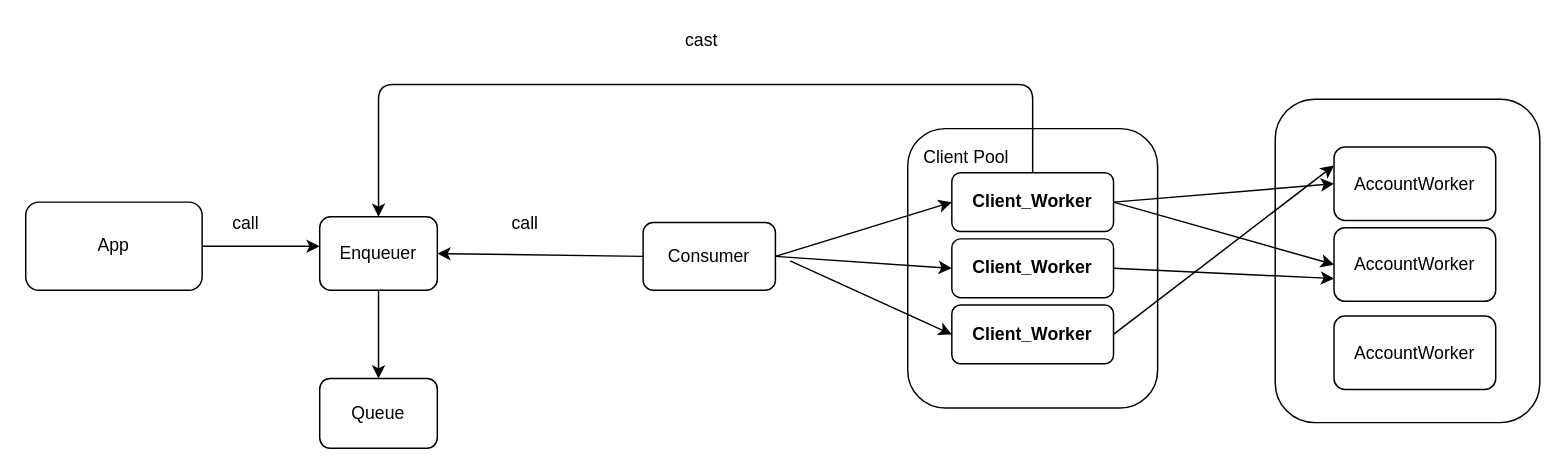
sanzor/Banking-Application keeps this draw.io diagram as system.drawio. Above is the earlier version. Source tidied: cells renumbered, new cells numbered last; positions are measured from the earlier drawing's top-left corner, leaving out a move shared by most shapes. Both pictures are drawn from the tidied source at 147%, with x=0, y=0 at pixel (25, 25).
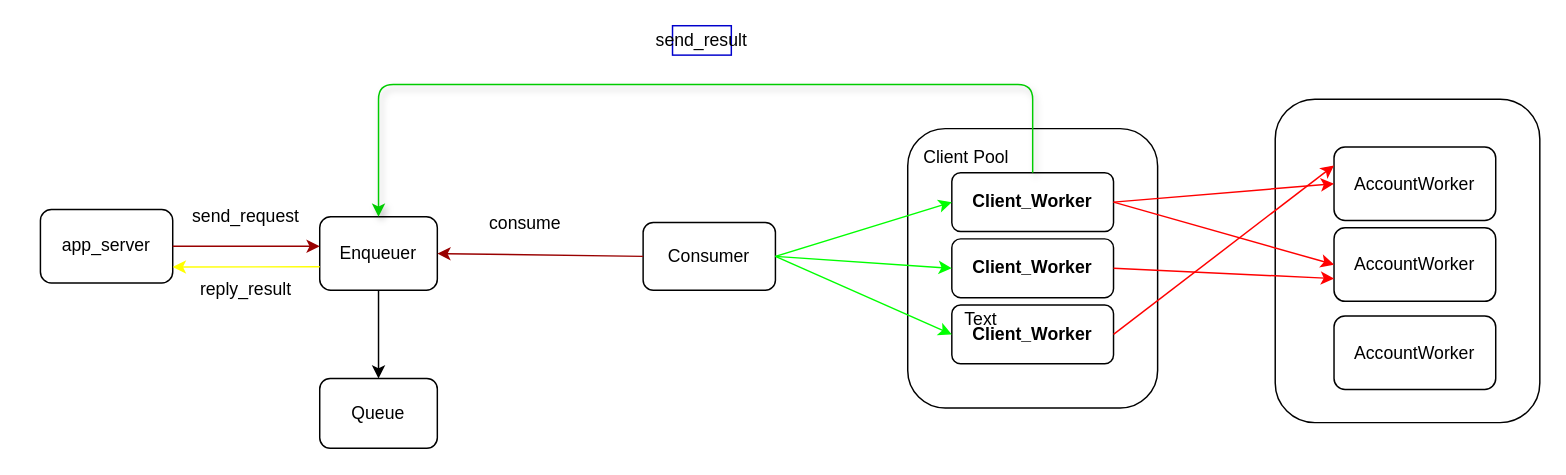
Above is the later version.

Unchanged cells that the change refers to:
```xml
<mxCell id="4" value="Enqueuer" style="rounded=1;whiteSpace=wrap;html=1;" parent="1" vertex="1">
  <mxGeometry x="200" y="130" width="80" height="50" as="geometry" />
</mxCell>
<mxCell id="5" value="Consumer" style="rounded=1;whiteSpace=wrap;html=1;" parent="1" vertex="1">
  <mxGeometry x="420" y="133.8" width="90" height="46.2" as="geometry" />
</mxCell>
<mxCell id="7" value="Client_Worker" style="rounded=1;whiteSpace=wrap;html=1;fontStyle=1;" parent="1" vertex="1">
  <mxGeometry x="630" y="100" width="110" height="40" as="geometry" />
</mxCell>
<mxCell id="8" value="Client_Worker" style="rounded=1;whiteSpace=wrap;html=1;fontStyle=1;" parent="1" vertex="1">
  <mxGeometry x="630" y="145" width="110" height="40" as="geometry" />
</mxCell>
<mxCell id="9" value="Client_Worker" style="rounded=1;whiteSpace=wrap;html=1;fontStyle=1;" parent="1" vertex="1">
  <mxGeometry x="630" y="190" width="110" height="40" as="geometry" />
</mxCell>
<mxCell id="10" value="AccountWorker" style="rounded=1;whiteSpace=wrap;html=1;" parent="1" vertex="1">
  <mxGeometry x="890" y="137.5" width="110" height="50" as="geometry" />
</mxCell>
<mxCell id="11" value="AccountWorker" style="rounded=1;whiteSpace=wrap;html=1;" parent="1" vertex="1">
  <mxGeometry x="890" y="82.5" width="110" height="50" as="geometry" />
</mxCell>
```

What changed in the source:
```diff
@@
-    <mxCell id="3" value="App" style="rounded=1;whiteSpace=wrap;html=1;" parent="1" vertex="1">
-      <mxGeometry y="120" width="120" height="60" as="geometry" />
+    <mxCell id="3" value="app_server" style="rounded=1;whiteSpace=wrap;html=1;" parent="1" vertex="1">
+      <mxGeometry x="10" y="125" width="90" height="50" as="geometry" />
     </mxCell>
@@
-    <mxCell id="13" style="endArrow=classic;html=1;exitX=1;exitY=0.5;exitDx=0;exitDy=0;" parent="1" edge="1" source="3">
+    <mxCell id="13" style="endArrow=classic;html=1;exitX=1;exitY=0.5;exitDx=0;exitDy=0;fillColor=#FF0000;strokeColor=#990000;" parent="1" edge="1" source="3">
       <mxGeometry relative="1" as="geometry">
         <mxPoint x="200" y="150" as="targetPoint" />
       </mxGeometry>
     </mxCell>
-    <mxCell id="14" style="endArrow=classic;html=1;exitX=1;exitY=0.5;exitDx=0;exitDy=0;entryX=0;entryY=0.5;entryDx=0;entryDy=0;" parent="1" edge="1" source="5" target="7">
+    <mxCell id="14" style="endArrow=classic;html=1;exitX=1;exitY=0.5;exitDx=0;exitDy=0;entryX=0;entryY=0.5;entryDx=0;entryDy=0;strokeColor=#00FF00;" parent="1" edge="1" source="5" target="7">
       <mxGeometry relative="1" as="geometry" />
     </mxCell>
-    <mxCell id="15" style="endArrow=classic;html=1;exitX=1;exitY=0.5;exitDx=0;exitDy=0;entryX=0;entryY=0.5;entryDx=0;entryDy=0;" parent="1" edge="1" source="5" target="8">
+    <mxCell id="15" style="endArrow=classic;html=1;exitX=1;exitY=0.5;exitDx=0;exitDy=0;entryX=0;entryY=0.5;entryDx=0;entryDy=0;strokeColor=#00FF00;" parent="1" edge="1" source="5" target="8">
       <mxGeometry relative="1" as="geometry" />
     </mxCell>
-    <mxCell id="16" style="endArrow=classic;html=1;entryX=0;entryY=0.5;entryDx=0;entryDy=0;" parent="1" edge="1" target="9">
-      <mxGeometry relative="1" as="geometry">
-        <mxPoint x="520" y="160" as="sourcePoint" />
-      </mxGeometry>
+    <mxCell id="16" style="endArrow=classic;html=1;entryX=0;entryY=0.5;entryDx=0;entryDy=0;fillColor=#00FF00;strokeColor=#00FF00;exitX=1;exitY=0.5;exitDx=0;exitDy=0;" parent="1" edge="1" source="5" target="9">
+      <mxGeometry relative="1" as="geometry" />
     </mxCell>
-    <mxCell id="17" style="endArrow=classic;html=1;exitX=1;exitY=0.5;exitDx=0;exitDy=0;entryX=0;entryY=0.5;entryDx=0;entryDy=0;" parent="1" edge="1" source="7" target="11">
+    <mxCell id="17" style="endArrow=classic;html=1;exitX=1;exitY=0.5;exitDx=0;exitDy=0;entryX=0;entryY=0.5;entryDx=0;entryDy=0;strokeColor=#FF0000;" parent="1" edge="1" source="7" target="11">
       <mxGeometry relative="1" as="geometry" />
     </mxCell>
-    <mxCell id="18" style="endArrow=classic;html=1;exitX=1;exitY=0.5;exitDx=0;exitDy=0;entryX=0;entryY=0.5;entryDx=0;entryDy=0;" parent="1" edge="1" source="7" target="10">
+    <mxCell id="18" style="endArrow=classic;html=1;exitX=1;exitY=0.5;exitDx=0;exitDy=0;entryX=0;entryY=0.5;entryDx=0;entryDy=0;fillColor=#FF0000;strokeColor=#FF0000;" parent="1" edge="1" source="7" target="10">
       <mxGeometry relative="1" as="geometry" />
     </mxCell>
-    <mxCell id="19" style="endArrow=classic;html=1;exitX=1;exitY=0.5;exitDx=0;exitDy=0;" parent="1" edge="1" source="8">
+    <mxCell id="19" style="endArrow=classic;html=1;exitX=1;exitY=0.5;exitDx=0;exitDy=0;fillColor=#FF0000;strokeColor=#FF0000;" parent="1" edge="1" source="8">
       <mxGeometry relative="1" as="geometry">
         <mxPoint x="890" y="172" as="targetPoint" />
       </mxGeometry>
     </mxCell>
-    <mxCell id="20" style="endArrow=classic;html=1;exitX=1;exitY=0.5;exitDx=0;exitDy=0;entryX=0;entryY=0.25;entryDx=0;entryDy=0;" parent="1" edge="1" source="9" target="11">
+    <mxCell id="20" style="endArrow=classic;html=1;exitX=1;exitY=0.5;exitDx=0;exitDy=0;entryX=0;entryY=0.25;entryDx=0;entryDy=0;fillColor=#FF0000;strokeColor=#FF0000;" parent="1" edge="1" source="9" target="11">
       <mxGeometry relative="1" as="geometry" />
     </mxCell>
-    <mxCell id="21" style="edgeStyle=elbowEdgeStyle;elbow=vertical;endArrow=classic;html=1;exitX=0.5;exitY=0;exitDx=0;exitDy=0;" parent="1" edge="1" source="7" target="4">
+    <mxCell id="21" style="edgeStyle=elbowEdgeStyle;elbow=vertical;endArrow=classic;html=1;exitX=0.5;exitY=0;exitDx=0;exitDy=0;fillColor=#0000CC;shadow=1;strokeColor=#00CC00;" parent="1" edge="1" source="7" target="4">
       <mxGeometry relative="1" as="geometry">
         <Array as="points">
           <mxPoint x="400" y="40" />
         </Array>
       </mxGeometry>
     </mxCell>
@@
-    <mxCell id="24" style="endArrow=classic;html=1;exitX=0;exitY=0.5;exitDx=0;exitDy=0;entryX=1;entryY=0.5;entryDx=0;entryDy=0;" parent="1" edge="1" source="5" target="4">
+    <mxCell id="24" style="endArrow=classic;html=1;exitX=0;exitY=0.5;exitDx=0;exitDy=0;entryX=1;entryY=0.5;entryDx=0;entryDy=0;strokeColor=#990000;" parent="1" edge="1" source="5" target="4">
       <mxGeometry relative="1" as="geometry" />
     </mxCell>
@@
-    <mxCell id="26" value="cast" style="text;html=1;strokeColor=none;fillColor=none;align=center;verticalAlign=middle;whiteSpace=wrap;rounded=0;" parent="1" vertex="1">
+    <mxCell id="26" value="send_result" style="text;html=1;strokeColor=#0000CC;fillColor=none;align=center;verticalAlign=middle;whiteSpace=wrap;rounded=0;" parent="1" vertex="1">
       <mxGeometry x="440" width="40" height="20" as="geometry" />
     </mxCell>
-    <mxCell id="27" value="call" style="text;html=1;strokeColor=none;fillColor=none;align=center;verticalAlign=middle;whiteSpace=wrap;rounded=0;" parent="1" vertex="1">
+    <mxCell id="27" value="consume" style="text;html=1;strokeColor=none;fillColor=none;align=center;verticalAlign=middle;whiteSpace=wrap;rounded=0;" parent="1" vertex="1">
       <mxGeometry x="320" y="125" width="40" height="20" as="geometry" />
     </mxCell>
-    <mxCell id="28" value="call" style="text;html=1;strokeColor=none;fillColor=none;align=center;verticalAlign=middle;whiteSpace=wrap;rounded=0;" parent="1" vertex="1">
-      <mxGeometry x="130" y="125" width="40" height="20" as="geometry" />
+    <mxCell id="28" value="send_request" style="text;html=1;strokeColor=none;fillColor=none;align=center;verticalAlign=middle;whiteSpace=wrap;rounded=0;" parent="1" vertex="1">
+      <mxGeometry x="130" y="120" width="40" height="20" as="geometry" />
     </mxCell>
+    <mxCell id="29" value="reply_result" style="text;html=1;strokeColor=none;fillColor=none;align=center;verticalAlign=middle;whiteSpace=wrap;rounded=0;" parent="1" vertex="1">
+      <mxGeometry x="130" y="170" width="40" height="20" as="geometry" />
+    </mxCell>
+    <mxCell id="30" style="endArrow=classic;html=1;entryX=1;entryY=0.5;entryDx=0;entryDy=0;strokeColor=#FFFF00;" parent="1" edge="1">
+      <mxGeometry relative="1" as="geometry">
+        <mxPoint x="200" y="164" as="sourcePoint" />
+        <mxPoint x="100" y="164.1" as="targetPoint" />
+      </mxGeometry>
+    </mxCell>
+    <mxCell id="31" value="Text" style="text;html=1;strokeColor=none;fillColor=none;align=center;verticalAlign=middle;whiteSpace=wrap;rounded=0;" parent="1" vertex="1">
+      <mxGeometry x="630" y="190" width="40" height="20" as="geometry" />
+    </mxCell>
```
